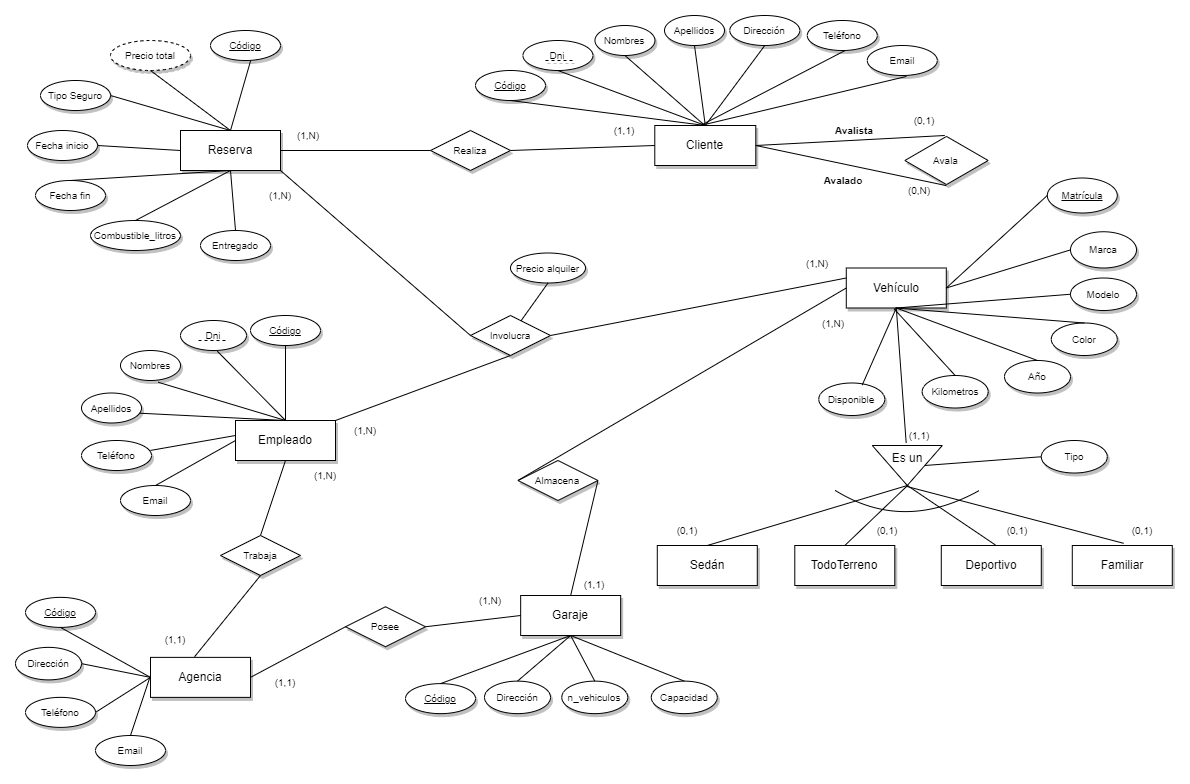
This is ER_alquiler_coches.drawio.png from Fabrizzioperilli/Rent-a-car, a draw.io export, as it was before one commit. Source tidied: cells renumbered, new cells last; positions are measured from the earlier drawing's top-left corner, leaving out a move shared by most shapes.
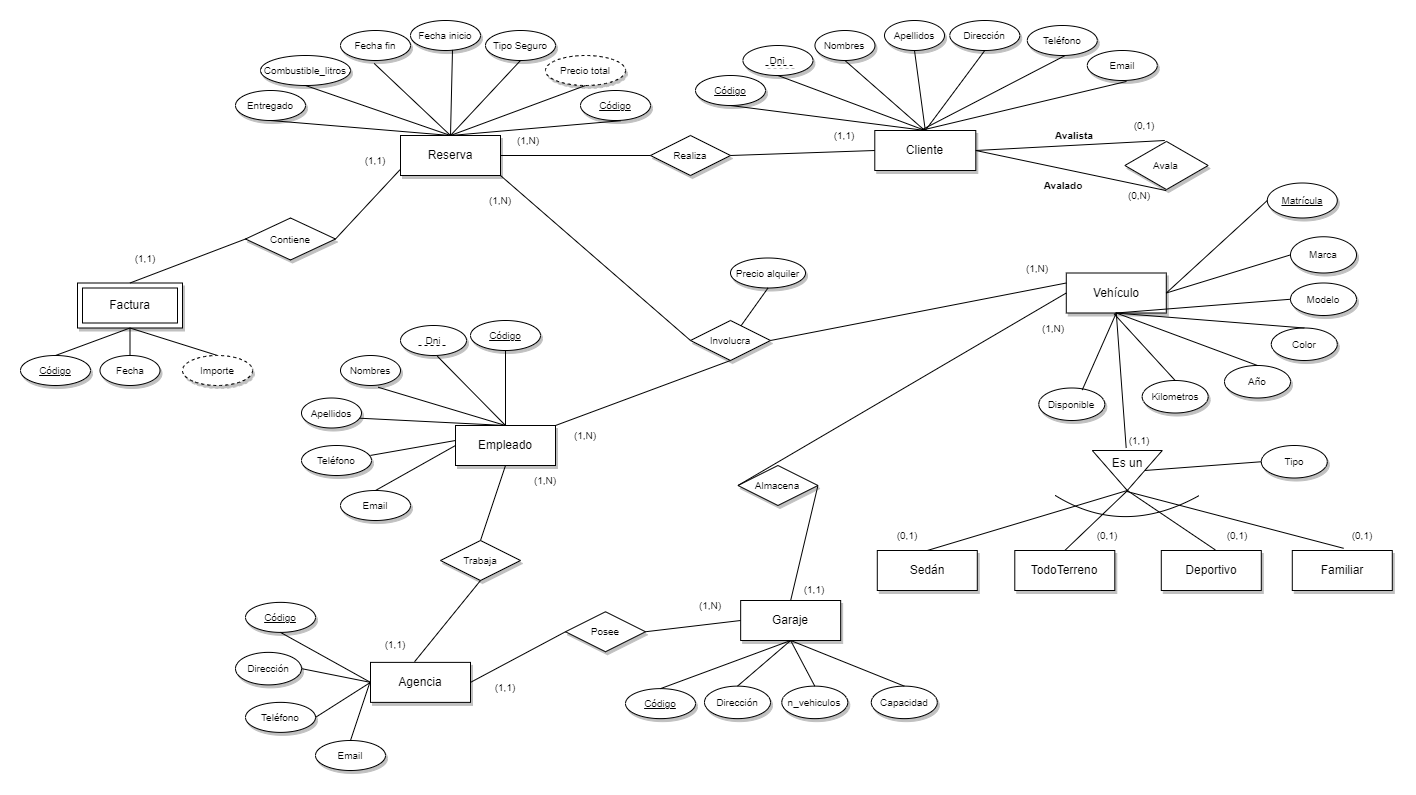
After the commit.

Commit message:
Cambios en todo el proyecto al incorporar la tabla factura

The edit, as a diff of the source:
```diff
@@ -12,7 +12,7 @@
       <mxGeometry x="830.8" y="252.5" width="100" height="40" as="geometry" />
     </mxCell>
     <mxCell id="5" value="&lt;u&gt;&lt;font style=&quot;font-size: 10px;&quot;&gt;Código&lt;/font&gt;&lt;/u&gt;" style="ellipse;whiteSpace=wrap;html=1;shadow=1;" parent="1" vertex="1">
-      <mxGeometry x="195" y="15" width="70" height="30" as="geometry" />
+      <mxGeometry x="345" y="70" width="70" height="30" as="geometry" />
     </mxCell>
     <mxCell id="6" value="&lt;u&gt;&lt;font style=&quot;font-size: 10px;&quot;&gt;Código&lt;/font&gt;&lt;/u&gt;" style="ellipse;whiteSpace=wrap;html=1;shadow=1;" parent="1" vertex="1">
       <mxGeometry x="460" y="55" width="70" height="30" as="geometry" />
@@ -70,31 +70,31 @@
       <mxGeometry relative="1" as="geometry" />
     </mxCell>
     <mxCell id="21" value="&lt;font style=&quot;font-size: 10px;&quot;&gt;Fecha inicio&lt;/font&gt;" style="ellipse;whiteSpace=wrap;html=1;shadow=1;" parent="1" vertex="1">
-      <mxGeometry x="12" y="115" width="70" height="30" as="geometry" />
+      <mxGeometry x="175" width="70" height="30" as="geometry" />
     </mxCell>
     <mxCell id="22" value="&lt;font style=&quot;font-size: 10px;&quot;&gt;Fecha fin&lt;/font&gt;" style="ellipse;whiteSpace=wrap;html=1;shadow=1;" parent="1" vertex="1">
-      <mxGeometry x="20" y="165" width="70" height="30" as="geometry" />
+      <mxGeometry x="105" y="10" width="70" height="30" as="geometry" />
     </mxCell>
-    <mxCell id="23" style="endArrow=none;html=1;rounded=0;fontSize=10;entryX=1;entryY=0.5;entryDx=0;entryDy=0;exitX=0;exitY=0.5;exitDx=0;exitDy=0;" parent="1" edge="1" source="3" target="21">
+    <mxCell id="23" style="endArrow=none;html=1;rounded=0;fontSize=10;entryX=0.6;entryY=0.98;entryDx=0;entryDy=0;entryPerimeter=0;exitX=0.5;exitY=0;exitDx=0;exitDy=0;" parent="1" edge="1" source="3" target="21">
       <mxGeometry relative="1" as="geometry" />
     </mxCell>
-    <mxCell id="24" style="endArrow=none;html=1;rounded=0;fontSize=10;entryX=0.5;entryY=0;entryDx=0;entryDy=0;exitX=0.5;exitY=1;exitDx=0;exitDy=0;" parent="1" edge="1" source="3" target="22">
+    <mxCell id="24" style="endArrow=none;html=1;rounded=0;fontSize=10;entryX=0.481;entryY=1.098;entryDx=0;entryDy=0;exitX=0.5;exitY=0;exitDx=0;exitDy=0;entryPerimeter=0;" parent="1" edge="1" source="3" target="22">
       <mxGeometry relative="1" as="geometry" />
     </mxCell>
     <mxCell id="25" value="&lt;font style=&quot;font-size: 10px;&quot;&gt;Combustible_litros&lt;/font&gt;" style="ellipse;whiteSpace=wrap;html=1;shadow=1;" parent="1" vertex="1">
-      <mxGeometry x="75" y="205" width="90" height="30" as="geometry" />
+      <mxGeometry x="25" y="35" width="90" height="30" as="geometry" />
     </mxCell>
-    <mxCell id="26" style="endArrow=none;html=1;rounded=0;fontSize=10;entryX=0.5;entryY=0;entryDx=0;entryDy=0;exitX=0.5;exitY=1;exitDx=0;exitDy=0;" parent="1" edge="1" source="3" target="25">
+    <mxCell id="26" style="endArrow=none;html=1;rounded=0;fontSize=10;entryX=0.5;entryY=1;entryDx=0;entryDy=0;exitX=0.5;exitY=0;exitDx=0;exitDy=0;" parent="1" edge="1" source="3" target="25">
       <mxGeometry relative="1" as="geometry" />
     </mxCell>
     <mxCell id="27" value="&lt;font style=&quot;font-size: 10px;&quot;&gt;Entregado&lt;/font&gt;" style="ellipse;whiteSpace=wrap;html=1;shadow=1;" parent="1" vertex="1">
-      <mxGeometry x="185" y="215" width="70" height="30" as="geometry" />
+      <mxGeometry y="70" width="70" height="30" as="geometry" />
     </mxCell>
-    <mxCell id="28" style="endArrow=none;html=1;rounded=0;fontSize=10;entryX=0.5;entryY=0;entryDx=0;entryDy=0;exitX=0.5;exitY=1;exitDx=0;exitDy=0;" parent="1" edge="1" source="3" target="27">
+    <mxCell id="28" style="endArrow=none;html=1;rounded=0;fontSize=10;entryX=0.5;entryY=1;entryDx=0;entryDy=0;exitX=0.5;exitY=0;exitDx=0;exitDy=0;" parent="1" edge="1" source="3" target="27">
       <mxGeometry relative="1" as="geometry" />
     </mxCell>
     <mxCell id="29" value="Precio total" style="ellipse;whiteSpace=wrap;html=1;align=center;dashed=1;shadow=1;fontSize=10;" parent="1" vertex="1">
-      <mxGeometry x="95" y="25" width="80" height="30" as="geometry" />
+      <mxGeometry x="310" y="35" width="80" height="30" as="geometry" />
     </mxCell>
     <mxCell id="30" style="endArrow=none;html=1;rounded=0;fontSize=10;entryX=0.5;entryY=1;entryDx=0;entryDy=0;exitX=0.5;exitY=0;exitDx=0;exitDy=0;" parent="1" edge="1" source="3" target="29">
       <mxGeometry relative="1" as="geometry" />
@@ -238,9 +238,9 @@
       <mxGeometry y="631.9" width="66" height="32.5" as="geometry" />
     </mxCell>
     <mxCell id="75" value="&lt;font style=&quot;font-size: 10px;&quot;&gt;Tipo Seguro&lt;/font&gt;" style="ellipse;whiteSpace=wrap;html=1;shadow=1;" parent="1" vertex="1">
-      <mxGeometry x="25" y="65" width="70" height="30" as="geometry" />
+      <mxGeometry x="250" y="10" width="70" height="30" as="geometry" />
     </mxCell>
-    <mxCell id="76" style="endArrow=none;html=1;rounded=0;fontSize=10;entryX=1;entryY=0.5;entryDx=0;entryDy=0;" parent="1" edge="1" target="75">
+    <mxCell id="76" style="endArrow=none;html=1;rounded=0;fontSize=10;entryX=0.5;entryY=1;entryDx=0;entryDy=0;" parent="1" edge="1" target="75">
       <mxGeometry relative="1" as="geometry">
         <mxPoint x="215" y="115" as="sourcePoint" />
       </mxGeometry>
@@ -437,5 +437,41 @@
     <mxCell id="134" style="endArrow=none;html=1;rounded=0;fontSize=10;entryX=0.658;entryY=0.062;entryDx=0;entryDy=0;exitX=0.5;exitY=1;exitDx=0;exitDy=0;entryPerimeter=0;" parent="1" edge="1" source="4" target="133">
       <mxGeometry relative="1" as="geometry" />
     </mxCell>
+    <mxCell id="135" value="Factura" style="shape=ext;margin=3;double=1;whiteSpace=wrap;html=1;align=center;shadow=1;" parent="1" vertex="1">
+      <mxGeometry x="-158" y="262.5" width="105" height="45" as="geometry" />
+    </mxCell>
+    <mxCell id="136" value="&lt;font style=&quot;font-size: 10px;&quot;&gt;Contiene&lt;/font&gt;" style="shape=rhombus;perimeter=rhombusPerimeter;whiteSpace=wrap;html=1;align=center;shadow=1;" parent="1" vertex="1">
+      <mxGeometry x="10" y="197.5" width="90" height="42" as="geometry" />
+    </mxCell>
+    <mxCell id="137" style="endArrow=none;html=1;rounded=0;fontSize=10;exitX=1;exitY=0.5;exitDx=0;exitDy=0;entryX=-0.007;entryY=0.861;entryDx=0;entryDy=0;entryPerimeter=0;" parent="1" edge="1" source="136" target="3">
+      <mxGeometry relative="1" as="geometry" />
+    </mxCell>
+    <mxCell id="138" style="endArrow=none;html=1;rounded=0;fontSize=10;exitX=0.5;exitY=0;exitDx=0;exitDy=0;entryX=0;entryY=0.5;entryDx=0;entryDy=0;" parent="1" edge="1" source="135" target="136">
+      <mxGeometry relative="1" as="geometry" />
+    </mxCell>
+    <mxCell id="139" value="&lt;u&gt;&lt;font style=&quot;font-size: 10px;&quot;&gt;Código&lt;/font&gt;&lt;/u&gt;" style="ellipse;whiteSpace=wrap;html=1;shadow=1;" parent="1" vertex="1">
+      <mxGeometry x="-215" y="335" width="70" height="30" as="geometry" />
+    </mxCell>
+    <mxCell id="140" style="endArrow=none;html=1;rounded=0;entryX=0.5;entryY=1;entryDx=0;entryDy=0;exitX=0.5;exitY=0;exitDx=0;exitDy=0;" parent="1" edge="1" source="139" target="135">
+      <mxGeometry relative="1" as="geometry" />
+    </mxCell>
+    <mxCell id="141" style="endArrow=none;html=1;rounded=0;entryX=0.5;entryY=1;entryDx=0;entryDy=0;exitX=0.5;exitY=0;exitDx=0;exitDy=0;" parent="1" edge="1" source="142" target="135">
+      <mxGeometry relative="1" as="geometry" />
+    </mxCell>
+    <mxCell id="142" value="Importe" style="ellipse;whiteSpace=wrap;html=1;align=center;dashed=1;shadow=1;fontSize=10;" parent="1" vertex="1">
+      <mxGeometry x="-53" y="335" width="70" height="30" as="geometry" />
+    </mxCell>
+    <mxCell id="143" value="(1,1)&lt;span style=&quot;color: rgba(0, 0, 0, 0); font-family: monospace; font-size: 0px; text-align: start;&quot;&gt;%3CmxGraphModel%3E%3Croot%3E%3CmxCell%20id%3D%220%22%2F%3E%3CmxCell%20id%3D%221%22%20parent%3D%220%22%2F%3E%3CmxCell%20id%3D%222%22%20value%3D%22%22%20style%3D%22endArrow%3Dnone%3Bhtml%3D1%3Brounded%3D0%3BfontSize%3D10%3BexitX%3D0%3BexitY%3D0.5%3BexitDx%3D0%3BexitDy%3D0%3BentryX%3D1%3BentryY%3D0.5%3BentryDx%3D0%3BentryDy%3D0%3B%22%20edge%3D%221%22%20parent%3D%221%22%3E%3CmxGeometry%20width%3D%2250%22%20height%3D%2250%22%20relative%3D%221%22%20as%3D%22geometry%22%3E%3CmxPoint%20x%3D%22150%22%20y%3D%22250%22%20as%3D%22sourcePoint%22%2F%3E%3CmxPoint%20x%3D%2240%22%20y%3D%22310%22%20as%3D%22targetPoint%22%2F%3E%3C%2FmxGeometry%3E%3C%2FmxCell%3E%3C%2Froot%3E%3C%2FmxGraphModel%3E&lt;/span&gt;" style="text;html=1;strokeColor=none;fillColor=none;align=center;verticalAlign=middle;whiteSpace=wrap;rounded=0;shadow=1;fontSize=10;" parent="1" vertex="1">
+      <mxGeometry x="120" y="125" width="40" height="30" as="geometry" />
+    </mxCell>
+    <mxCell id="144" value="(1,1)&lt;span style=&quot;color: rgba(0, 0, 0, 0); font-family: monospace; font-size: 0px; text-align: start;&quot;&gt;%3CmxGraphModel%3E%3Croot%3E%3CmxCell%20id%3D%220%22%2F%3E%3CmxCell%20id%3D%221%22%20parent%3D%220%22%2F%3E%3CmxCell%20id%3D%222%22%20value%3D%22%22%20style%3D%22endArrow%3Dnone%3Bhtml%3D1%3Brounded%3D0%3BfontSize%3D10%3BexitX%3D0%3BexitY%3D0.5%3BexitDx%3D0%3BexitDy%3D0%3BentryX%3D1%3BentryY%3D0.5%3BentryDx%3D0%3BentryDy%3D0%3B%22%20edge%3D%221%22%20parent%3D%221%22%3E%3CmxGeometry%20width%3D%2250%22%20height%3D%2250%22%20relative%3D%221%22%20as%3D%22geometry%22%3E%3CmxPoint%20x%3D%22150%22%20y%3D%22250%22%20as%3D%22sourcePoint%22%2F%3E%3CmxPoint%20x%3D%2240%22%20y%3D%22310%22%20as%3D%22targetPoint%22%2F%3E%3C%2FmxGeometry%3E%3C%2FmxCell%3E%3C%2Froot%3E%3C%2FmxGraphModel%3E&lt;/span&gt;" style="text;html=1;strokeColor=none;fillColor=none;align=center;verticalAlign=middle;whiteSpace=wrap;rounded=0;shadow=1;fontSize=10;" parent="1" vertex="1">
+      <mxGeometry x="-110" y="222.5" width="40" height="30" as="geometry" />
+    </mxCell>
+    <mxCell id="145" value="&lt;font style=&quot;font-size: 10px;&quot;&gt;Fecha&lt;br&gt;&lt;/font&gt;" style="ellipse;whiteSpace=wrap;html=1;shadow=1;" parent="1" vertex="1">
+      <mxGeometry x="-135.5" y="335" width="60" height="30" as="geometry" />
+    </mxCell>
+    <mxCell id="146" style="endArrow=none;html=1;rounded=0;entryX=0.5;entryY=1;entryDx=0;entryDy=0;exitX=0.5;exitY=0;exitDx=0;exitDy=0;" parent="1" edge="1" source="145" target="135">
+      <mxGeometry relative="1" as="geometry" />
+    </mxCell>
   </root>
 </mxGraphModel>
```
